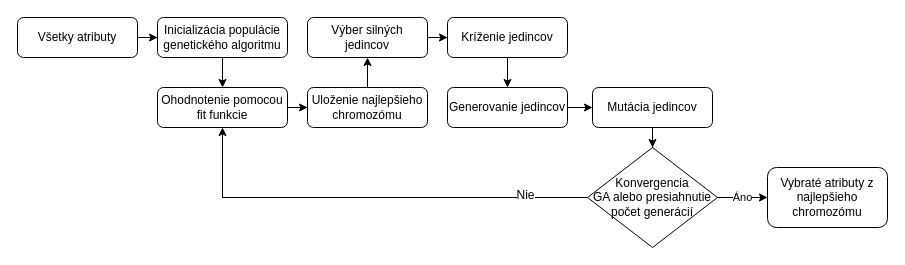
This is image/GA_alg.drawio from jozef229/FIIT-PRIPOC-ARTICLE-LaTeX, a draw.io file, before an edit. Source tidied: cells renumbered, new cells numbered last; positions are measured from the earlier drawing's top-left corner, leaving out a move shared by most shapes. Both pictures are drawn from the tidied source at 100%, with x=0, y=0 at pixel (17, 17).
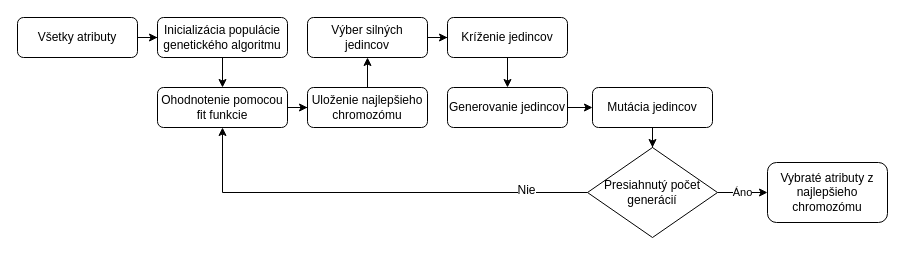
The same diagram, later.

The edit, as a diff of the source:
```diff
@@
-    <mxCell id="17" value="Konvergencia &lt;br&gt;GA alebo presiahnutie počet generácií" style="rhombus;whiteSpace=wrap;html=1;" parent="1" vertex="1">
-      <mxGeometry x="570" y="130" width="130" height="100" as="geometry" />
+    <mxCell id="17" value="Presiahnutý počet generácií" style="rhombus;whiteSpace=wrap;html=1;" parent="1" vertex="1">
+      <mxGeometry x="570" y="130" width="130" height="90" as="geometry" />
     </mxCell>
     <mxCell id="18" value="Vybraté atributy z najlepšieho chromozómu" style="rounded=1;whiteSpace=wrap;html=1;fontSize=12;glass=0;strokeWidth=1;shadow=0;" parent="1" vertex="1">
-      <mxGeometry x="750" y="150" width="120" height="60" as="geometry" />
+      <mxGeometry x="750" y="145" width="120" height="60" as="geometry" />
     </mxCell>
```
